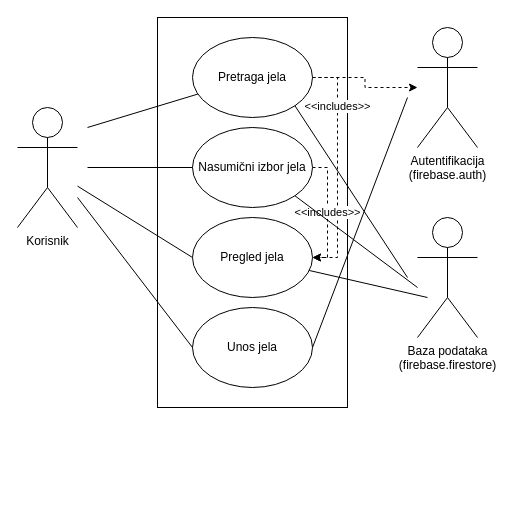
R0b34t0/Koohaj keeps this draw.io diagram as Dokumentacija/use_case/use_case.drawio. Above is the earlier version. Source tidied: cells renumbered, new cells numbered last; positions are measured from the earlier drawing's top-left corner, leaving out a move shared by most shapes. Both pictures are drawn from the tidied source at 100%, with x=0, y=0 at pixel (17, 17).
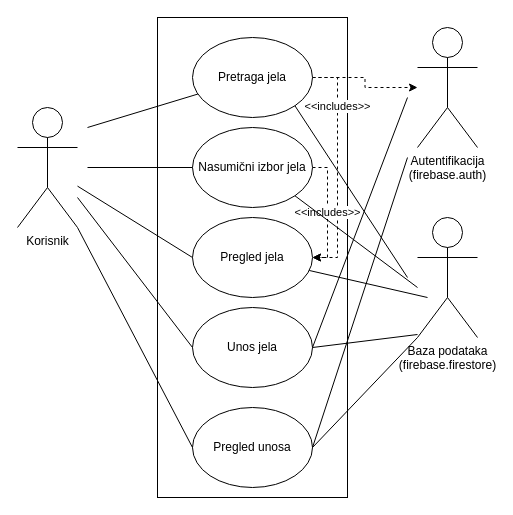
Above is the later version.

Unchanged cells that the change refers to:
```xml
<mxCell id="2" value="Korisnik" style="shape=umlActor;verticalLabelPosition=bottom;verticalAlign=top;html=1;outlineConnect=0;" parent="1" vertex="1">
  <mxGeometry y="90" width="60" height="120" as="geometry" />
</mxCell>
<mxCell id="9" value="Unos jela" style="ellipse;whiteSpace=wrap;html=1;" parent="1" vertex="1">
  <mxGeometry x="175" y="290" width="120" height="80" as="geometry" />
</mxCell>
```

Change to the diagram source:
```diff
@@
     <mxCell id="3" style="rounded=0;whiteSpace=wrap;html=1;" parent="1" vertex="1">
-      <mxGeometry x="140" width="190" height="390" as="geometry" />
+      <mxGeometry x="140" width="190" height="480" as="geometry" />
     </mxCell>
@@
+    <mxCell id="21" style="endArrow=none;html=1;exitX=1;exitY=0.5;exitDx=0;exitDy=0;" parent="1" edge="1" source="9">
+      <mxGeometry relative="1" as="geometry">
+        <mxPoint x="400" y="317" as="targetPoint" />
+      </mxGeometry>
+    </mxCell>
+    <mxCell id="22" value="Pregled unosa" style="ellipse;whiteSpace=wrap;html=1;" parent="1" vertex="1">
+      <mxGeometry x="175" y="390" width="120" height="80" as="geometry" />
+    </mxCell>
+    <mxCell id="23" style="endArrow=none;html=1;entryX=0;entryY=0.5;entryDx=0;entryDy=0;exitX=1;exitY=1;exitDx=0;exitDy=0;exitPerimeter=0;" parent="1" edge="1" source="2" target="22">
+      <mxGeometry relative="1" as="geometry" />
+    </mxCell>
+    <mxCell id="24" style="endArrow=none;html=1;exitX=1;exitY=0.5;exitDx=0;exitDy=0;" parent="1" edge="1" source="22">
+      <mxGeometry relative="1" as="geometry">
+        <mxPoint x="390" y="140" as="targetPoint" />
+      </mxGeometry>
+    </mxCell>
+    <mxCell id="25" style="endArrow=none;html=1;exitX=1;exitY=0.5;exitDx=0;exitDy=0;" parent="1" edge="1" source="22">
+      <mxGeometry relative="1" as="geometry">
+        <mxPoint x="400" y="320" as="targetPoint" />
+      </mxGeometry>
+    </mxCell>
```
